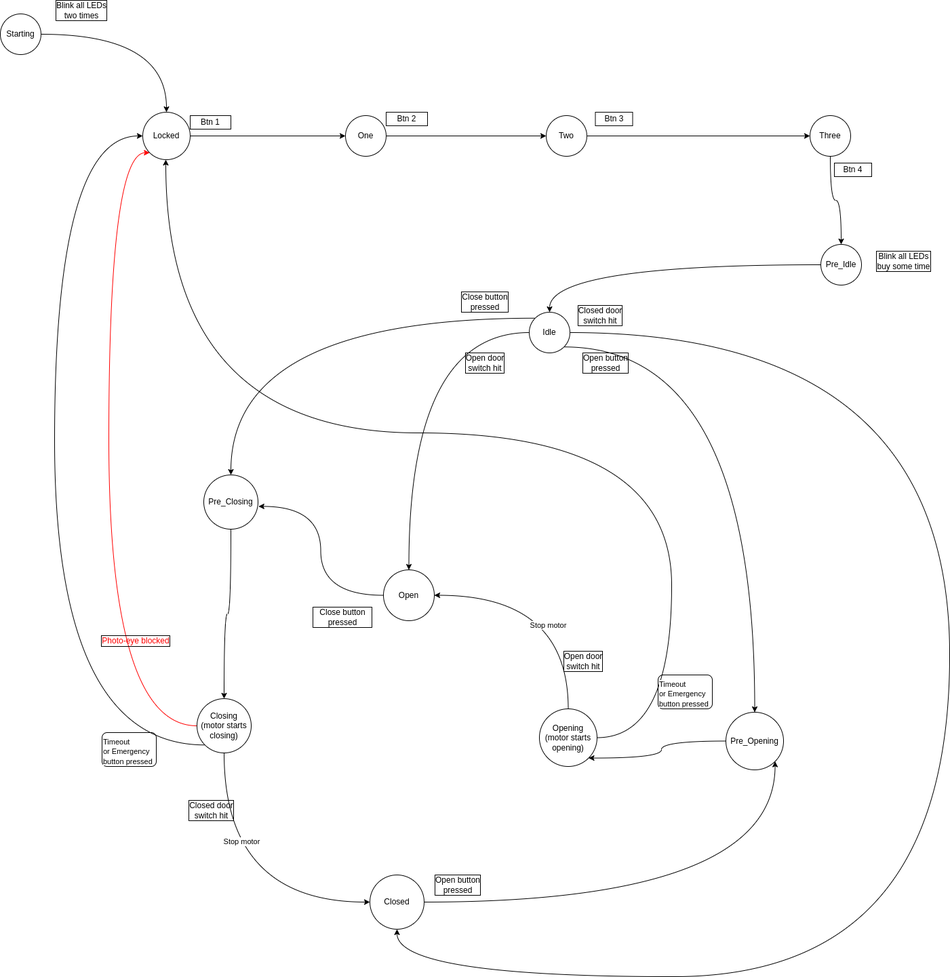
Before: AtmelStudio/Drafts/GarageDoorBT/GarageDoorBT/GarageDoor State Map.drawio.png, a diagram exported from draw.io (xb0be/avr-programming). Source tidied: cells renumbered, new cells last; positions are measured from the earlier drawing's top-left corner, leaving out a move shared by most shapes. Its diagram source:
```xml
<mxGraphModel>
  <root>
    <mxCell id="0" />
    <mxCell id="1" parent="0" />
    <mxCell id="2" style="edgeStyle=orthogonalEdgeStyle;curved=1;rounded=0;jettySize=auto;html=1;entryX=1.01;entryY=0.58;entryDx=0;entryDy=0;entryPerimeter=0;" parent="1" edge="1" source="3" target="53">
      <mxGeometry relative="1" as="geometry" />
    </mxCell>
    <mxCell id="3" value="Open" style="ellipse;whiteSpace=wrap;html=1;" parent="1" vertex="1">
      <mxGeometry x="565" y="840" width="75" height="75" as="geometry" />
    </mxCell>
    <mxCell id="4" style="edgeStyle=orthogonalEdgeStyle;curved=1;rounded=0;jettySize=auto;html=1;entryX=0;entryY=0.5;entryDx=0;entryDy=0;exitX=0.5;exitY=1;exitDx=0;exitDy=0;" parent="1" edge="1" source="8" target="10">
      <mxGeometry relative="1" as="geometry" />
    </mxCell>
    <mxCell id="5" value="Stop motor" style="edgeLabel;html=1;align=center;verticalAlign=middle;" parent="4" vertex="1">
      <mxGeometry x="-0.4" y="25" relative="1" as="geometry" />
    </mxCell>
    <mxCell id="6" style="edgeStyle=orthogonalEdgeStyle;curved=1;rounded=0;jettySize=auto;html=1;exitX=0;exitY=1;exitDx=0;exitDy=0;entryX=0;entryY=0.5;entryDx=0;entryDy=0;" parent="1" edge="1" source="8" target="22">
      <mxGeometry relative="1" as="geometry">
        <Array as="points">
          <mxPoint x="80" y="1098" />
          <mxPoint x="80" y="200" />
        </Array>
      </mxGeometry>
    </mxCell>
    <mxCell id="7" style="edgeStyle=orthogonalEdgeStyle;rounded=0;jettySize=auto;html=1;entryX=0;entryY=1;entryDx=0;entryDy=0;curved=1;strokeColor=#FF0000;" parent="1" edge="1" source="8" target="22">
      <mxGeometry relative="1" as="geometry">
        <Array as="points">
          <mxPoint x="160" y="1070" />
          <mxPoint x="160" y="225" />
        </Array>
      </mxGeometry>
    </mxCell>
    <mxCell id="8" value="Closing&lt;br&gt;(motor starts closing)" style="ellipse;whiteSpace=wrap;html=1;" parent="1" vertex="1">
      <mxGeometry x="290" y="1030" width="80" height="80" as="geometry" />
    </mxCell>
    <mxCell id="9" style="edgeStyle=orthogonalEdgeStyle;rounded=0;jettySize=auto;html=1;entryX=1;entryY=1;entryDx=0;entryDy=0;curved=1;" parent="1" edge="1" source="10" target="51">
      <mxGeometry relative="1" as="geometry" />
    </mxCell>
    <mxCell id="10" value="Closed" style="ellipse;whiteSpace=wrap;html=1;" parent="1" vertex="1">
      <mxGeometry x="545" y="1290" width="80" height="80" as="geometry" />
    </mxCell>
    <mxCell id="11" style="edgeStyle=orthogonalEdgeStyle;curved=1;rounded=0;jettySize=auto;html=1;entryX=1;entryY=0.5;entryDx=0;entryDy=0;exitX=0.5;exitY=0;exitDx=0;exitDy=0;" parent="1" edge="1" source="14" target="3">
      <mxGeometry relative="1" as="geometry" />
    </mxCell>
    <mxCell id="12" value="Stop motor" style="edgeLabel;html=1;align=center;verticalAlign=middle;" parent="11" vertex="1">
      <mxGeometry x="0.09" y="44" relative="1" as="geometry" />
    </mxCell>
    <mxCell id="13" style="edgeStyle=orthogonalEdgeStyle;rounded=0;jettySize=auto;html=1;entryX=0.5;entryY=1;entryDx=0;entryDy=0;curved=1;exitX=1;exitY=0.5;exitDx=0;exitDy=0;" parent="1" edge="1" source="14" target="22">
      <mxGeometry relative="1" as="geometry">
        <Array as="points">
          <mxPoint x="990" y="1088" />
          <mxPoint x="990" y="638" />
          <mxPoint x="244" y="638" />
        </Array>
      </mxGeometry>
    </mxCell>
    <mxCell id="14" value="Opening&lt;br&gt;(motor starts opening)" style="ellipse;whiteSpace=wrap;html=1;" parent="1" vertex="1">
      <mxGeometry x="795" y="1045" width="85" height="85" as="geometry" />
    </mxCell>
    <mxCell id="15" value="Open button&lt;br&gt;pressed" style="text;html=1;strokeColor=none;fillColor=none;align=center;verticalAlign=middle;whiteSpace=wrap;rounded=0;labelBorderColor=default;" parent="1" vertex="1">
      <mxGeometry x="625" y="1290" width="100" height="30" as="geometry" />
    </mxCell>
    <mxCell id="16" value="Close button pressed" style="text;html=1;strokeColor=none;fillColor=none;align=center;verticalAlign=middle;whiteSpace=wrap;rounded=0;labelBorderColor=default;" parent="1" vertex="1">
      <mxGeometry x="460" y="890" width="90" height="40" as="geometry" />
    </mxCell>
    <mxCell id="17" value="Open door&lt;br&gt;switch hit" style="text;html=1;strokeColor=none;fillColor=none;align=center;verticalAlign=middle;whiteSpace=wrap;rounded=0;labelBorderColor=default;" parent="1" vertex="1">
      <mxGeometry x="825" y="960" width="70" height="30" as="geometry" />
    </mxCell>
    <mxCell id="18" value="Closed door&lt;br&gt;switch hit" style="text;html=1;strokeColor=none;fillColor=none;align=center;verticalAlign=middle;whiteSpace=wrap;rounded=0;labelBorderColor=default;" parent="1" vertex="1">
      <mxGeometry x="274" y="1180" width="75" height="30" as="geometry" />
    </mxCell>
    <mxCell id="19" value="&lt;font color=&quot;#ff0000&quot;&gt;Photo-eye blocked&lt;/font&gt;" style="text;html=1;strokeColor=none;fillColor=none;align=center;verticalAlign=middle;whiteSpace=wrap;rounded=0;labelBorderColor=default;" parent="1" vertex="1">
      <mxGeometry x="140" y="930" width="120" height="30" as="geometry" />
    </mxCell>
    <mxCell id="20" style="edgeStyle=orthogonalEdgeStyle;curved=1;rounded=0;orthogonalLoop=1;jettySize=auto;html=1;exitX=0.5;exitY=1;exitDx=0;exitDy=0;" parent="1" edge="1">
      <mxGeometry relative="1" as="geometry">
        <mxPoint x="887.5" y="1170" as="sourcePoint" />
        <mxPoint x="887.5" y="1170" as="targetPoint" />
      </mxGeometry>
    </mxCell>
    <mxCell id="21" style="edgeStyle=orthogonalEdgeStyle;rounded=0;jettySize=auto;html=1;entryX=0;entryY=0.5;entryDx=0;entryDy=0;" parent="1" edge="1" source="22" target="24">
      <mxGeometry relative="1" as="geometry" />
    </mxCell>
    <mxCell id="22" value="Locked" style="ellipse;whiteSpace=wrap;html=1;" parent="1" vertex="1">
      <mxGeometry x="210" y="165" width="70" height="70" as="geometry" />
    </mxCell>
    <mxCell id="23" style="edgeStyle=orthogonalEdgeStyle;rounded=0;jettySize=auto;html=1;entryX=0;entryY=0.5;entryDx=0;entryDy=0;" parent="1" edge="1" source="24" target="26">
      <mxGeometry relative="1" as="geometry" />
    </mxCell>
    <mxCell id="24" value="One" style="ellipse;whiteSpace=wrap;html=1;" parent="1" vertex="1">
      <mxGeometry x="509" y="170" width="60" height="60" as="geometry" />
    </mxCell>
    <mxCell id="25" style="edgeStyle=orthogonalEdgeStyle;rounded=0;jettySize=auto;html=1;entryX=0;entryY=0.5;entryDx=0;entryDy=0;" parent="1" edge="1" source="26" target="28">
      <mxGeometry relative="1" as="geometry" />
    </mxCell>
    <mxCell id="26" value="Two" style="ellipse;whiteSpace=wrap;html=1;" parent="1" vertex="1">
      <mxGeometry x="805" y="170" width="60" height="60" as="geometry" />
    </mxCell>
    <mxCell id="27" style="edgeStyle=orthogonalEdgeStyle;curved=1;rounded=0;jettySize=auto;html=1;entryX=0.5;entryY=0;entryDx=0;entryDy=0;exitX=0.5;exitY=1;exitDx=0;exitDy=0;" parent="1" edge="1" source="28" target="47">
      <mxGeometry relative="1" as="geometry" />
    </mxCell>
    <mxCell id="28" value="Three" style="ellipse;whiteSpace=wrap;html=1;" parent="1" vertex="1">
      <mxGeometry x="1194" y="170" width="60" height="60" as="geometry" />
    </mxCell>
    <mxCell id="29" style="edgeStyle=orthogonalEdgeStyle;curved=1;rounded=0;jettySize=auto;html=1;entryX=0.5;entryY=0;entryDx=0;entryDy=0;" parent="1" edge="1" source="33" target="3">
      <mxGeometry relative="1" as="geometry" />
    </mxCell>
    <mxCell id="30" style="edgeStyle=orthogonalEdgeStyle;curved=1;rounded=0;jettySize=auto;html=1;exitX=1;exitY=0.5;exitDx=0;exitDy=0;" parent="1" edge="1" source="33" target="10">
      <mxGeometry relative="1" as="geometry">
        <Array as="points">
          <mxPoint x="1400" y="490" />
          <mxPoint x="1400" y="1440" />
          <mxPoint x="585" y="1440" />
        </Array>
      </mxGeometry>
    </mxCell>
    <mxCell id="31" style="edgeStyle=orthogonalEdgeStyle;rounded=0;jettySize=auto;html=1;exitX=0;exitY=0;exitDx=0;exitDy=0;curved=1;" parent="1" edge="1" source="33" target="53">
      <mxGeometry relative="1" as="geometry" />
    </mxCell>
    <mxCell id="32" style="edgeStyle=orthogonalEdgeStyle;curved=1;rounded=0;jettySize=auto;html=1;exitX=1;exitY=1;exitDx=0;exitDy=0;entryX=0.5;entryY=0;entryDx=0;entryDy=0;" parent="1" edge="1" source="33" target="51">
      <mxGeometry relative="1" as="geometry" />
    </mxCell>
    <mxCell id="33" value="Idle" style="ellipse;whiteSpace=wrap;html=1;" parent="1" vertex="1">
      <mxGeometry x="780" y="460" width="60" height="60" as="geometry" />
    </mxCell>
    <mxCell id="34" value="Open door&lt;br&gt;switch hit" style="text;html=1;strokeColor=none;fillColor=none;align=center;verticalAlign=middle;whiteSpace=wrap;rounded=0;labelBorderColor=default;" parent="1" vertex="1">
      <mxGeometry x="680" y="520" width="70" height="30" as="geometry" />
    </mxCell>
    <mxCell id="35" value="Closed door&lt;br&gt;switch hit" style="text;html=1;strokeColor=none;fillColor=none;align=center;verticalAlign=middle;whiteSpace=wrap;rounded=0;labelBorderColor=default;" parent="1" vertex="1">
      <mxGeometry x="845" y="450" width="80" height="30" as="geometry" />
    </mxCell>
    <mxCell id="36" value="Close button&lt;br&gt;pressed" style="text;html=1;strokeColor=none;fillColor=none;align=center;verticalAlign=middle;whiteSpace=wrap;rounded=0;labelBorderColor=default;" parent="1" vertex="1">
      <mxGeometry x="675" y="430" width="80" height="30" as="geometry" />
    </mxCell>
    <mxCell id="37" value="Open button&lt;br&gt;pressed" style="text;html=1;strokeColor=none;fillColor=none;align=center;verticalAlign=middle;whiteSpace=wrap;rounded=0;labelBorderColor=default;" parent="1" vertex="1">
      <mxGeometry x="852.5" y="520" width="80" height="30" as="geometry" />
    </mxCell>
    <mxCell id="38" value="Btn 1" style="text;html=1;strokeColor=default;fillColor=none;align=center;verticalAlign=middle;whiteSpace=wrap;rounded=0;" parent="1" vertex="1">
      <mxGeometry x="280" y="170" width="60" height="20" as="geometry" />
    </mxCell>
    <mxCell id="39" value="Btn 2" style="text;html=1;strokeColor=default;fillColor=none;align=center;verticalAlign=middle;whiteSpace=wrap;rounded=0;" parent="1" vertex="1">
      <mxGeometry x="569" y="165" width="61" height="20" as="geometry" />
    </mxCell>
    <mxCell id="40" value="Btn 3" style="text;html=1;strokeColor=default;fillColor=none;align=center;verticalAlign=middle;whiteSpace=wrap;rounded=0;" parent="1" vertex="1">
      <mxGeometry x="877.5" y="165" width="55" height="20" as="geometry" />
    </mxCell>
    <mxCell id="41" value="Btn 4" style="text;html=1;strokeColor=default;fillColor=none;align=center;verticalAlign=middle;whiteSpace=wrap;rounded=0;" parent="1" vertex="1">
      <mxGeometry x="1230" y="240" width="55" height="20" as="geometry" />
    </mxCell>
    <mxCell id="42" value="&lt;span style=&quot;color: rgb(0, 0, 0); font-family: Helvetica; font-size: 11px; font-style: normal; font-variant-ligatures: normal; font-variant-caps: normal; font-weight: 400; letter-spacing: normal; orphans: 2; text-align: center; text-indent: 0px; text-transform: none; widows: 2; word-spacing: 0px; -webkit-text-stroke-width: 0px; background-color: rgb(255, 255, 255); text-decoration-thickness: initial; text-decoration-style: initial; text-decoration-color: initial; float: none; display: inline !important;&quot;&gt;Timeout&amp;nbsp;&lt;br&gt;or Emergency button pressed&lt;br&gt;&lt;/span&gt;" style="text;whiteSpace=wrap;html=1;strokeColor=default;rounded=1;" parent="1" vertex="1">
      <mxGeometry x="150" y="1080" width="80" height="50" as="geometry" />
    </mxCell>
    <mxCell id="43" style="edgeStyle=orthogonalEdgeStyle;rounded=0;jettySize=auto;html=1;entryX=0.5;entryY=0;entryDx=0;entryDy=0;curved=1;" parent="1" edge="1" source="44" target="22">
      <mxGeometry relative="1" as="geometry" />
    </mxCell>
    <mxCell id="44" value="Starting" style="ellipse;whiteSpace=wrap;html=1;" parent="1" vertex="1">
      <mxGeometry y="20" width="60" height="60" as="geometry" />
    </mxCell>
    <mxCell id="45" value="&lt;span style=&quot;color: rgb(0, 0, 0); font-family: Helvetica; font-size: 11px; font-style: normal; font-variant-ligatures: normal; font-variant-caps: normal; font-weight: 400; letter-spacing: normal; orphans: 2; text-align: center; text-indent: 0px; text-transform: none; widows: 2; word-spacing: 0px; -webkit-text-stroke-width: 0px; background-color: rgb(255, 255, 255); text-decoration-thickness: initial; text-decoration-style: initial; text-decoration-color: initial; float: none; display: inline !important;&quot;&gt;Timeout&amp;nbsp;&lt;br&gt;or Emergency button pressed&lt;br&gt;&lt;/span&gt;" style="text;whiteSpace=wrap;html=1;strokeColor=default;rounded=1;" parent="1" vertex="1">
      <mxGeometry x="970" y="995" width="80" height="50" as="geometry" />
    </mxCell>
    <mxCell id="46" style="edgeStyle=orthogonalEdgeStyle;curved=1;rounded=0;jettySize=auto;html=1;entryX=0.5;entryY=0;entryDx=0;entryDy=0;" parent="1" edge="1" source="47" target="33">
      <mxGeometry relative="1" as="geometry" />
    </mxCell>
    <mxCell id="47" value="Pre_Idle" style="ellipse;whiteSpace=wrap;html=1;" parent="1" vertex="1">
      <mxGeometry x="1210" y="360" width="60" height="60" as="geometry" />
    </mxCell>
    <mxCell id="48" value="Blink all LEDs&lt;br&gt;buy some time" style="text;html=1;strokeColor=none;fillColor=none;align=center;verticalAlign=middle;whiteSpace=wrap;rounded=0;labelBorderColor=default;" parent="1" vertex="1">
      <mxGeometry x="1285" y="370" width="95" height="30" as="geometry" />
    </mxCell>
    <mxCell id="49" value="Blink all LEDs&lt;br&gt;two times" style="text;html=1;strokeColor=none;fillColor=none;align=center;verticalAlign=middle;whiteSpace=wrap;rounded=0;labelBorderColor=default;" parent="1" vertex="1">
      <mxGeometry x="70" width="100" height="30" as="geometry" />
    </mxCell>
    <mxCell id="50" style="edgeStyle=orthogonalEdgeStyle;rounded=0;jettySize=auto;html=1;entryX=1;entryY=1;entryDx=0;entryDy=0;curved=1;" parent="1" edge="1" source="51" target="14">
      <mxGeometry relative="1" as="geometry" />
    </mxCell>
    <mxCell id="51" value="Pre_Opening" style="ellipse;whiteSpace=wrap;html=1;" parent="1" vertex="1">
      <mxGeometry x="1070" y="1050" width="85" height="85" as="geometry" />
    </mxCell>
    <mxCell id="52" style="edgeStyle=orthogonalEdgeStyle;curved=1;rounded=0;jettySize=auto;html=1;entryX=0.5;entryY=0;entryDx=0;entryDy=0;exitX=0.5;exitY=1;exitDx=0;exitDy=0;" parent="1" edge="1" source="53" target="8">
      <mxGeometry relative="1" as="geometry" />
    </mxCell>
    <mxCell id="53" value="Pre_Closing" style="ellipse;whiteSpace=wrap;html=1;" parent="1" vertex="1">
      <mxGeometry x="300" y="700" width="80" height="80" as="geometry" />
    </mxCell>
  </root>
</mxGraphModel>
```
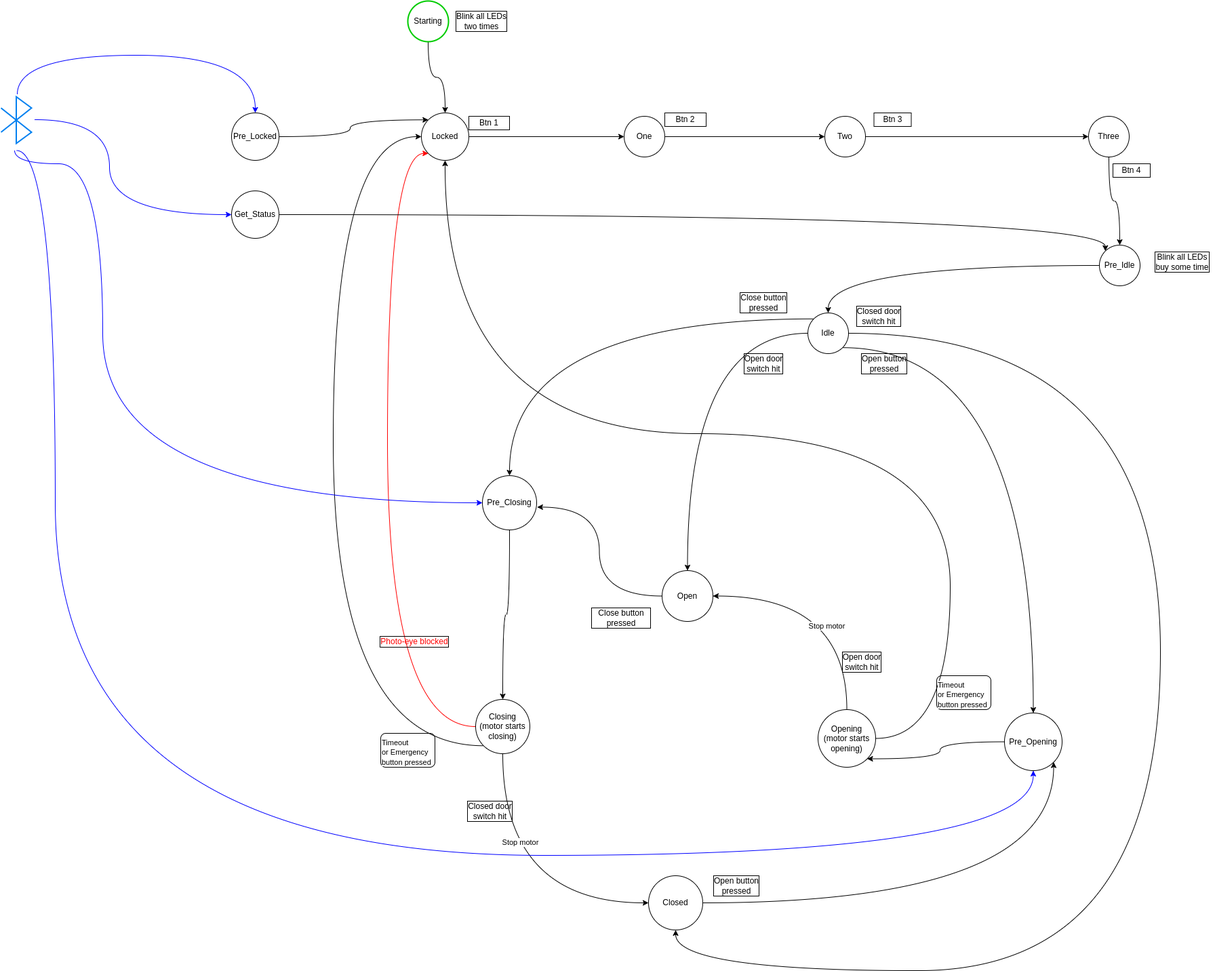
The same file after the commit.

Commit message:
New state, reading inpust, Status command dded to BT

Diff of the diagram source:
```diff
@@ -108,9 +108,9 @@
     <mxCell id="30" style="edgeStyle=orthogonalEdgeStyle;curved=1;rounded=0;jettySize=auto;html=1;exitX=1;exitY=0.5;exitDx=0;exitDy=0;" parent="1" edge="1" source="33" target="10">
       <mxGeometry relative="1" as="geometry">
         <Array as="points">
-          <mxPoint x="1400" y="490" />
-          <mxPoint x="1400" y="1440" />
-          <mxPoint x="585" y="1440" />
+          <mxPoint x="1300" y="490" />
+          <mxPoint x="1300" y="1430" />
+          <mxPoint x="585" y="1430" />
         </Array>
       </mxGeometry>
     </mxCell>
@@ -153,8 +153,8 @@
     <mxCell id="43" style="edgeStyle=orthogonalEdgeStyle;rounded=0;jettySize=auto;html=1;entryX=0.5;entryY=0;entryDx=0;entryDy=0;curved=1;" parent="1" edge="1" source="44" target="22">
       <mxGeometry relative="1" as="geometry" />
     </mxCell>
-    <mxCell id="44" value="Starting" style="ellipse;whiteSpace=wrap;html=1;" parent="1" vertex="1">
-      <mxGeometry y="20" width="60" height="60" as="geometry" />
+    <mxCell id="44" value="Starting" style="ellipse;whiteSpace=wrap;html=1;strokeColor=#00CC00;strokeWidth=2;" parent="1" vertex="1">
+      <mxGeometry x="190" width="60" height="60" as="geometry" />
     </mxCell>
     <mxCell id="45" value="&lt;span style=&quot;color: rgb(0, 0, 0); font-family: Helvetica; font-size: 11px; font-style: normal; font-variant-ligatures: normal; font-variant-caps: normal; font-weight: 400; letter-spacing: normal; orphans: 2; text-align: center; text-indent: 0px; text-transform: none; widows: 2; word-spacing: 0px; -webkit-text-stroke-width: 0px; background-color: rgb(255, 255, 255); text-decoration-thickness: initial; text-decoration-style: initial; text-decoration-color: initial; float: none; display: inline !important;&quot;&gt;Timeout&amp;nbsp;&lt;br&gt;or Emergency button pressed&lt;br&gt;&lt;/span&gt;" style="text;whiteSpace=wrap;html=1;strokeColor=default;rounded=1;" parent="1" vertex="1">
       <mxGeometry x="970" y="995" width="80" height="50" as="geometry" />
@@ -169,7 +169,7 @@
       <mxGeometry x="1285" y="370" width="95" height="30" as="geometry" />
     </mxCell>
     <mxCell id="49" value="Blink all LEDs&lt;br&gt;two times" style="text;html=1;strokeColor=none;fillColor=none;align=center;verticalAlign=middle;whiteSpace=wrap;rounded=0;labelBorderColor=default;" parent="1" vertex="1">
-      <mxGeometry x="70" width="100" height="30" as="geometry" />
+      <mxGeometry x="249" y="15" width="100" height="30" as="geometry" />
     </mxCell>
     <mxCell id="50" style="edgeStyle=orthogonalEdgeStyle;rounded=0;jettySize=auto;html=1;entryX=1;entryY=1;entryDx=0;entryDy=0;curved=1;" parent="1" edge="1" source="51" target="14">
       <mxGeometry relative="1" as="geometry" />
@@ -183,5 +183,55 @@
     <mxCell id="53" value="Pre_Closing" style="ellipse;whiteSpace=wrap;html=1;" parent="1" vertex="1">
       <mxGeometry x="300" y="700" width="80" height="80" as="geometry" />
     </mxCell>
+    <mxCell id="54" style="edgeStyle=orthogonalEdgeStyle;rounded=0;jettySize=auto;html=1;entryX=0;entryY=0;entryDx=0;entryDy=0;curved=1;" parent="1" edge="1" source="55" target="22">
+      <mxGeometry relative="1" as="geometry" />
+    </mxCell>
+    <mxCell id="55" value="Pre_Locked" style="ellipse;whiteSpace=wrap;html=1;" parent="1" vertex="1">
+      <mxGeometry x="-70" y="165" width="70" height="70" as="geometry" />
+    </mxCell>
+    <mxCell id="56" style="edgeStyle=orthogonalEdgeStyle;curved=1;rounded=0;jettySize=auto;html=1;entryX=0.5;entryY=0;entryDx=0;entryDy=0;exitX=0.533;exitY=-0.047;exitDx=0;exitDy=0;exitPerimeter=0;strokeColor=#0000FF;" parent="1" edge="1" source="60" target="55">
+      <mxGeometry relative="1" as="geometry">
+        <Array as="points">
+          <mxPoint x="-386" y="80" />
+          <mxPoint x="-35" y="80" />
+        </Array>
+      </mxGeometry>
+    </mxCell>
+    <mxCell id="57" style="edgeStyle=orthogonalEdgeStyle;curved=1;rounded=0;jettySize=auto;html=1;entryX=0;entryY=0.5;entryDx=0;entryDy=0;exitX=1.111;exitY=0.491;exitDx=0;exitDy=0;exitPerimeter=0;strokeColor=#0000FF;" parent="1" edge="1" source="60" target="62">
+      <mxGeometry relative="1" as="geometry">
+        <Array as="points">
+          <mxPoint x="-250" y="175" />
+          <mxPoint x="-250" y="315" />
+        </Array>
+      </mxGeometry>
+    </mxCell>
+    <mxCell id="58" style="edgeStyle=orthogonalEdgeStyle;curved=1;rounded=0;jettySize=auto;html=1;entryX=0;entryY=0.5;entryDx=0;entryDy=0;strokeColor=#0000FF;" parent="1" edge="1" target="53">
+      <mxGeometry relative="1" as="geometry">
+        <mxPoint x="-390" y="220" as="sourcePoint" />
+        <Array as="points">
+          <mxPoint x="-390" y="240" />
+          <mxPoint x="-260" y="240" />
+          <mxPoint x="-260" y="740" />
+        </Array>
+      </mxGeometry>
+    </mxCell>
+    <mxCell id="59" style="edgeStyle=orthogonalEdgeStyle;curved=1;rounded=0;jettySize=auto;html=1;entryX=0.5;entryY=1;entryDx=0;entryDy=0;exitX=0.511;exitY=1.153;exitDx=0;exitDy=0;exitPerimeter=0;strokeColor=#0000FF;" parent="1" edge="1" source="60" target="51">
+      <mxGeometry relative="1" as="geometry">
+        <Array as="points">
+          <mxPoint x="-330" y="221" />
+          <mxPoint x="-330" y="1260" />
+          <mxPoint x="1113" y="1260" />
+        </Array>
+      </mxGeometry>
+    </mxCell>
+    <mxCell id="60" style="html=1;verticalLabelPosition=bottom;align=center;labelBackgroundColor=#ffffff;verticalAlign=top;strokeWidth=2;strokeColor=#0080F0;shadow=0;dashed=0;shape=mxgraph.ios7.icons.bluetooth;" parent="1" vertex="1">
+      <mxGeometry x="-410" y="141.2" width="45" height="68.8" as="geometry" />
+    </mxCell>
+    <mxCell id="61" style="edgeStyle=orthogonalEdgeStyle;curved=1;rounded=0;jettySize=auto;html=1;entryX=0;entryY=0;entryDx=0;entryDy=0;" parent="1" edge="1" source="62" target="47">
+      <mxGeometry relative="1" as="geometry" />
+    </mxCell>
+    <mxCell id="62" value="Get_Status" style="ellipse;whiteSpace=wrap;html=1;" parent="1" vertex="1">
+      <mxGeometry x="-70" y="280" width="70" height="70" as="geometry" />
+    </mxCell>
   </root>
 </mxGraphModel>
```
